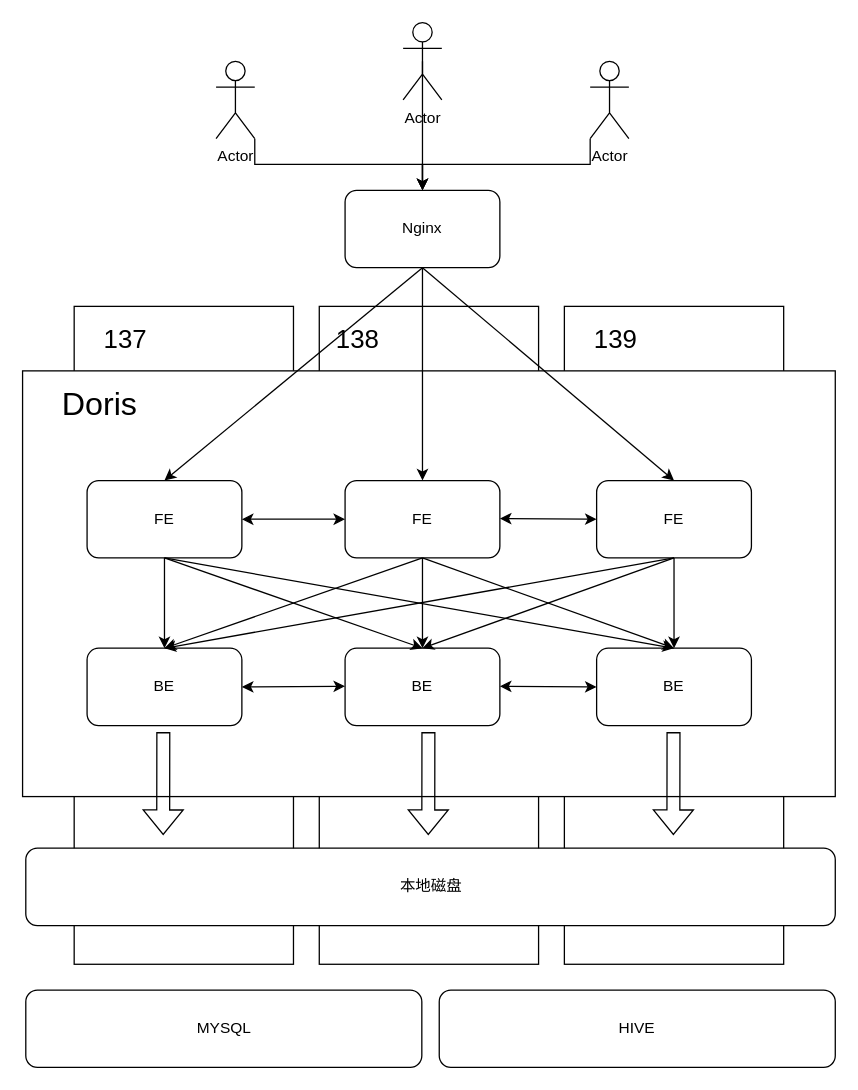
The draw.io diagram Doris部署方案-现状.drawio in shaozc3g/draw_io, before the edit. Source tidied: cells renumbered, new cells numbered last; positions are measured from the earlier drawing's top-left corner, leaving out a move shared by most shapes. Both pictures are drawn from the tidied source at 129%, with x=0, y=0 at pixel (22, 22).
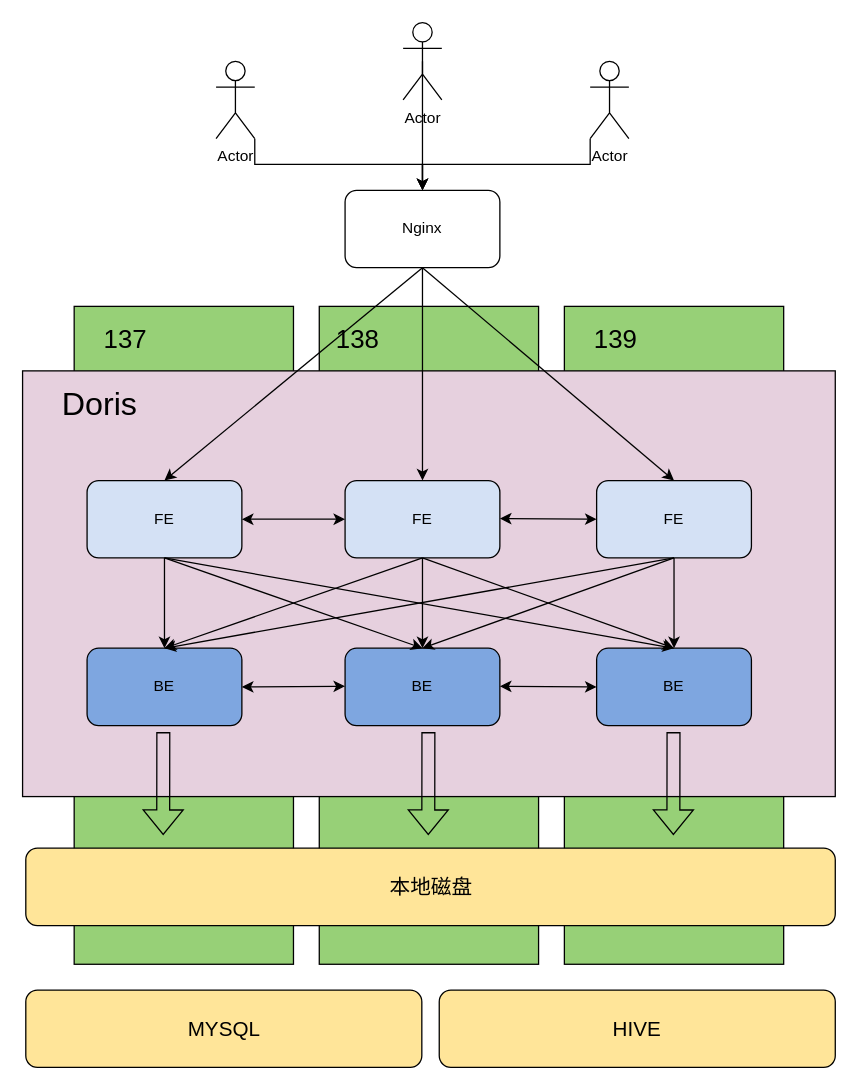
Above is the later version.

Commit message (it also covers changes not shown here):
更新Doris部署方案-现状.drawio

The edit, as a diff of the source:
```diff
@@
-    <mxCell id="2" style="rounded=0;whiteSpace=wrap;html=1;" parent="1" vertex="1">
+    <mxCell id="2" style="rounded=0;whiteSpace=wrap;html=1;fillColor=#97D077;" parent="1" vertex="1">
       <mxGeometry x="420" y="220" width="170" height="510" as="geometry" />
     </mxCell>
-    <mxCell id="3" style="rounded=0;whiteSpace=wrap;html=1;" parent="1" vertex="1">
+    <mxCell id="3" style="rounded=0;whiteSpace=wrap;html=1;fillColor=#97D077;" parent="1" vertex="1">
       <mxGeometry x="230" y="220" width="170" height="510" as="geometry" />
     </mxCell>
-    <mxCell id="4" style="rounded=0;whiteSpace=wrap;html=1;" parent="1" vertex="1">
+    <mxCell id="4" style="rounded=0;whiteSpace=wrap;html=1;fillColor=#97D077;" parent="1" vertex="1">
       <mxGeometry x="40" y="220" width="170" height="510" as="geometry" />
     </mxCell>
@@
-    <mxCell id="12" style="rounded=0;whiteSpace=wrap;html=1;" parent="1" vertex="1">
+    <mxCell id="12" style="rounded=0;whiteSpace=wrap;html=1;fillColor=#E6D0DE;" parent="1" vertex="1">
       <mxGeometry y="270" width="630" height="330" as="geometry" />
     </mxCell>
-    <mxCell id="13" value="FE" style="rounded=1;whiteSpace=wrap;html=1;" parent="1" vertex="1">
+    <mxCell id="13" value="FE" style="rounded=1;whiteSpace=wrap;html=1;fillColor=#D4E1F5;" parent="1" vertex="1">
       <mxGeometry x="50" y="355" width="120" height="60" as="geometry" />
     </mxCell>
-    <mxCell id="14" value="FE" style="rounded=1;whiteSpace=wrap;html=1;" parent="1" vertex="1">
+    <mxCell id="14" value="FE" style="rounded=1;whiteSpace=wrap;html=1;fillColor=#D4E1F5;" parent="1" vertex="1">
       <mxGeometry x="250" y="355" width="120" height="60" as="geometry" />
     </mxCell>
-    <mxCell id="15" value="FE" style="rounded=1;whiteSpace=wrap;html=1;" parent="1" vertex="1">
+    <mxCell id="15" value="FE" style="rounded=1;whiteSpace=wrap;html=1;fillColor=#D4E1F5;" parent="1" vertex="1">
       <mxGeometry x="445" y="355" width="120" height="60" as="geometry" />
     </mxCell>
@@
-    <mxCell id="19" value="BE" style="rounded=1;whiteSpace=wrap;html=1;" parent="1" vertex="1">
+    <mxCell id="19" value="BE" style="rounded=1;whiteSpace=wrap;html=1;fillColor=#7EA6E0;" parent="1" vertex="1">
       <mxGeometry x="50" y="485" width="120" height="60" as="geometry" />
     </mxCell>
-    <mxCell id="20" value="BE" style="rounded=1;whiteSpace=wrap;html=1;" parent="1" vertex="1">
+    <mxCell id="20" value="BE" style="rounded=1;whiteSpace=wrap;html=1;fillColor=#7EA6E0;" parent="1" vertex="1">
       <mxGeometry x="250" y="485" width="120" height="60" as="geometry" />
     </mxCell>
-    <mxCell id="21" value="BE" style="rounded=1;whiteSpace=wrap;html=1;" parent="1" vertex="1">
+    <mxCell id="21" value="BE" style="rounded=1;whiteSpace=wrap;html=1;fillColor=#7EA6E0;" parent="1" vertex="1">
       <mxGeometry x="445" y="485" width="120" height="60" as="geometry" />
     </mxCell>
@@
-    <mxCell id="39" value="本地磁盘" style="rounded=1;whiteSpace=wrap;html=1;" parent="1" vertex="1">
+    <mxCell id="39" value="本地磁盘" style="rounded=1;whiteSpace=wrap;html=1;fontSize=16;fillColor=#FFE599;" parent="1" vertex="1">
       <mxGeometry x="2.5" y="640" width="627.5" height="60" as="geometry" />
     </mxCell>
@@
-    <mxCell id="43" value="MYSQL" style="rounded=1;whiteSpace=wrap;html=1;" parent="1" vertex="1">
+    <mxCell id="43" value="MYSQL" style="rounded=1;whiteSpace=wrap;html=1;fontSize=16;fillColor=#FFE599;" parent="1" vertex="1">
       <mxGeometry x="2.5" y="750" width="307" height="60" as="geometry" />
     </mxCell>
-    <mxCell id="44" value="HIVE" style="rounded=1;whiteSpace=wrap;html=1;" parent="1" vertex="1">
+    <mxCell id="44" value="HIVE" style="rounded=1;whiteSpace=wrap;html=1;fontSize=16;fillColor=#FFE599;" parent="1" vertex="1">
       <mxGeometry x="323" y="750" width="307" height="60" as="geometry" />
     </mxCell>
```
